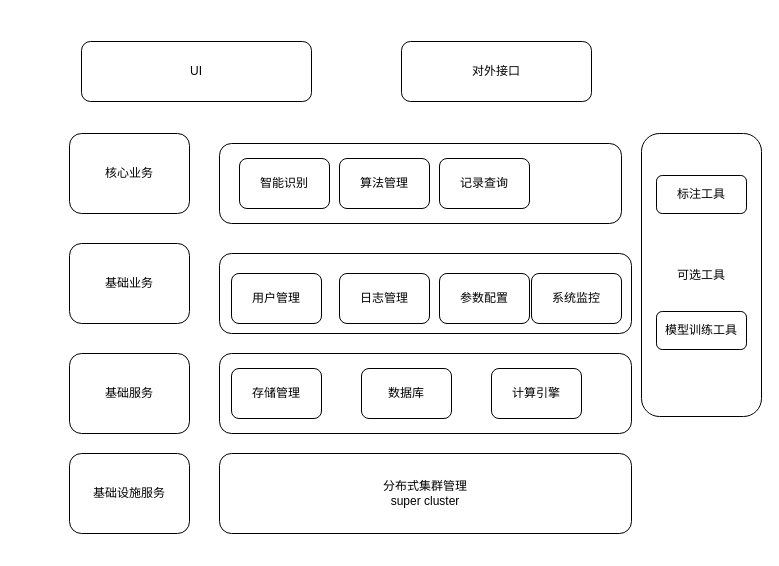
This is Untitled Diagram.drawio from luyuandeng/test, a draw.io file, before an edit. Source tidied: cells renumbered, new cells numbered last; positions are measured from the earlier drawing's top-left corner, leaving out a move shared by most shapes. Both pictures are drawn from the tidied source at 100%, with x=0, y=0 at pixel (69, 41).
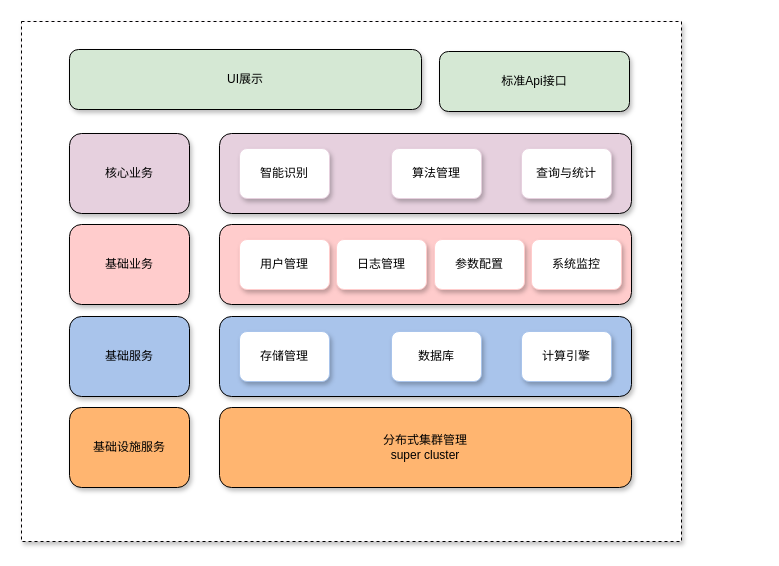
Above is the later version.

What changed in the source:
```diff
@@
+    <mxCell id="25" style="group;fillColor=#E6D0DE;" parent="1" vertex="1">
+      <mxGeometry x="-48" y="-20" width="660" height="520" as="geometry" />
+    </mxCell>
+    <mxCell id="26" style="rounded=0;whiteSpace=wrap;html=1;dashed=1;fillColor=#FFFFFF;shadow=1;" parent="25" vertex="1">
+      <mxGeometry width="660" height="520" as="geometry" />
+    </mxCell>
-    <mxCell id="2" value="UI" style="rounded=1;whiteSpace=wrap;html=1;" parent="1" vertex="1">
-      <mxGeometry x="12" width="230" height="60" as="geometry" />
+    <mxCell id="2" value="UI展示" style="rounded=1;whiteSpace=wrap;html=1;fillColor=#D5E8D4;shadow=1;" parent="25" vertex="1">
+      <mxGeometry x="48" y="28" width="352" height="60" as="geometry" />
     </mxCell>
-    <mxCell id="3" value="对外接口" style="rounded=1;whiteSpace=wrap;html=1;" parent="1" vertex="1">
-      <mxGeometry x="332" width="190" height="60" as="geometry" />
+    <mxCell id="3" value="标准Api接口" style="rounded=1;whiteSpace=wrap;html=1;fillColor=#D5E8D4;shadow=1;" parent="25" vertex="1">
+      <mxGeometry x="418" y="30" width="190" height="60" as="geometry" />
     </mxCell>
-    <mxCell id="4" value="核心业务" style="rounded=1;whiteSpace=wrap;html=1;" parent="1" vertex="1">
-      <mxGeometry y="92" width="120" height="80" as="geometry" />
+    <mxCell id="4" value="核心业务" style="rounded=1;whiteSpace=wrap;html=1;fillColor=#E6D0DE;shadow=1;" parent="25" vertex="1">
+      <mxGeometry x="48" y="112" width="120" height="80" as="geometry" />
     </mxCell>
-    <mxCell id="5" value="基础设施服务" style="rounded=1;whiteSpace=wrap;html=1;" parent="1" vertex="1">
-      <mxGeometry y="412" width="120" height="80" as="geometry" />
+    <mxCell id="5" value="基础设施服务" style="rounded=1;whiteSpace=wrap;html=1;fillColor=#FFB570;shadow=1;" parent="25" vertex="1">
+      <mxGeometry x="48" y="386" width="120" height="80" as="geometry" />
     </mxCell>
-    <mxCell id="6" value="基础服务" style="rounded=1;whiteSpace=wrap;html=1;" parent="1" vertex="1">
-      <mxGeometry y="312" width="120" height="80" as="geometry" />
+    <mxCell id="6" value="基础服务" style="rounded=1;whiteSpace=wrap;html=1;fillColor=#A9C4EB;shadow=1;" parent="25" vertex="1">
+      <mxGeometry x="48" y="295" width="120" height="80" as="geometry" />
     </mxCell>
-    <mxCell id="7" value="基础业务" style="rounded=1;whiteSpace=wrap;html=1;" parent="1" vertex="1">
-      <mxGeometry y="202" width="120" height="80" as="geometry" />
+    <mxCell id="7" value="基础业务" style="rounded=1;whiteSpace=wrap;html=1;fillColor=#FFCCCC;shadow=1;" parent="25" vertex="1">
+      <mxGeometry x="48" y="203" width="120" height="80" as="geometry" />
     </mxCell>
-    <mxCell id="8" style="rounded=1;whiteSpace=wrap;html=1;" parent="1" vertex="1">
-      <mxGeometry x="150" y="102" width="402" height="80" as="geometry" />
+    <mxCell id="8" style="rounded=1;whiteSpace=wrap;html=1;fillColor=#E6D0DE;shadow=1;" parent="25" vertex="1">
+      <mxGeometry x="198" y="112" width="412" height="80" as="geometry" />
     </mxCell>
-    <mxCell id="9" value="分布式集群管理&lt;br&gt;super cluster" style="rounded=1;whiteSpace=wrap;html=1;" parent="1" vertex="1">
-      <mxGeometry x="150" y="412" width="412" height="80" as="geometry" />
+    <mxCell id="9" value="分布式集群管理&lt;br&gt;super cluster" style="rounded=1;whiteSpace=wrap;html=1;fillColor=#FFB570;shadow=1;" parent="25" vertex="1">
+      <mxGeometry x="198" y="386" width="412" height="80" as="geometry" />
     </mxCell>
-    <mxCell id="10" style="rounded=1;whiteSpace=wrap;html=1;" parent="1" vertex="1">
-      <mxGeometry x="150" y="312" width="412" height="80" as="geometry" />
+    <mxCell id="10" style="rounded=1;whiteSpace=wrap;html=1;fillColor=#A9C4EB;shadow=1;" parent="25" vertex="1">
+      <mxGeometry x="198" y="295" width="412" height="80" as="geometry" />
     </mxCell>
-    <mxCell id="11" style="rounded=1;whiteSpace=wrap;html=1;" parent="1" vertex="1">
-      <mxGeometry x="150" y="212" width="412" height="80" as="geometry" />
+    <mxCell id="11" style="rounded=1;whiteSpace=wrap;html=1;fillColor=#FFCCCC;shadow=1;" parent="25" vertex="1">
+      <mxGeometry x="198" y="203" width="412" height="80" as="geometry" />
     </mxCell>
-    <mxCell id="12" value="智能识别" style="rounded=1;whiteSpace=wrap;html=1;" parent="1" vertex="1">
-      <mxGeometry x="170" y="117" width="90" height="50" as="geometry" />
+    <mxCell id="12" value="智能识别" style="rounded=1;whiteSpace=wrap;html=1;strokeColor=#E6D0DE;shadow=1;" parent="25" vertex="1">
+      <mxGeometry x="218" y="127" width="90" height="50" as="geometry" />
     </mxCell>
-    <mxCell id="13" value="算法管理" style="rounded=1;whiteSpace=wrap;html=1;" parent="1" vertex="1">
-      <mxGeometry x="270" y="117" width="90" height="50" as="geometry" />
+    <mxCell id="13" value="算法管理" style="rounded=1;whiteSpace=wrap;html=1;strokeColor=#E6D0DE;shadow=1;" parent="25" vertex="1">
+      <mxGeometry x="370" y="127" width="90" height="50" as="geometry" />
     </mxCell>
-    <mxCell id="14" value="记录查询" style="rounded=1;whiteSpace=wrap;html=1;" parent="1" vertex="1">
-      <mxGeometry x="370" y="117" width="90" height="50" as="geometry" />
+    <mxCell id="14" value="查询与统计" style="rounded=1;whiteSpace=wrap;html=1;strokeColor=#E6D0DE;shadow=1;" parent="25" vertex="1">
+      <mxGeometry x="500" y="127" width="90" height="50" as="geometry" />
     </mxCell>
-    <mxCell id="15" value="用户管理" style="rounded=1;whiteSpace=wrap;html=1;" parent="1" vertex="1">
-      <mxGeometry x="162" y="232" width="90" height="50" as="geometry" />
+    <mxCell id="15" value="用户管理" style="rounded=1;whiteSpace=wrap;html=1;shadow=1;strokeColor=#FFCCCC;" parent="25" vertex="1">
+      <mxGeometry x="218" y="218" width="90" height="50" as="geometry" />
     </mxCell>
-    <mxCell id="16" value="日志管理" style="rounded=1;whiteSpace=wrap;html=1;" parent="1" vertex="1">
-      <mxGeometry x="270" y="232" width="90" height="50" as="geometry" />
+    <mxCell id="16" value="日志管理" style="rounded=1;whiteSpace=wrap;html=1;shadow=1;strokeColor=#FFCCCC;" parent="25" vertex="1">
+      <mxGeometry x="315" y="218" width="90" height="50" as="geometry" />
     </mxCell>
-    <mxCell id="17" value="参数配置" style="rounded=1;whiteSpace=wrap;html=1;" parent="1" vertex="1">
-      <mxGeometry x="370" y="232" width="90" height="50" as="geometry" />
+    <mxCell id="17" value="参数配置" style="rounded=1;whiteSpace=wrap;html=1;shadow=1;strokeColor=#FFCCCC;" parent="25" vertex="1">
+      <mxGeometry x="413" y="218" width="90" height="50" as="geometry" />
     </mxCell>
-    <mxCell id="18" value="存储管理" style="rounded=1;whiteSpace=wrap;html=1;" parent="1" vertex="1">
-      <mxGeometry x="162" y="327" width="90" height="50" as="geometry" />
+    <mxCell id="18" value="存储管理" style="rounded=1;whiteSpace=wrap;html=1;strokeColor=#A9C4EB;shadow=1;" parent="25" vertex="1">
+      <mxGeometry x="218" y="310" width="90" height="50" as="geometry" />
     </mxCell>
-    <mxCell id="19" value="数据库" style="rounded=1;whiteSpace=wrap;html=1;" parent="1" vertex="1">
-      <mxGeometry x="292" y="327" width="90" height="50" as="geometry" />
+    <mxCell id="19" value="数据库" style="rounded=1;whiteSpace=wrap;html=1;strokeColor=#A9C4EB;shadow=1;" parent="25" vertex="1">
+      <mxGeometry x="370" y="310" width="90" height="50" as="geometry" />
     </mxCell>
-    <mxCell id="20" value="计算引擎" style="rounded=1;whiteSpace=wrap;html=1;" parent="1" vertex="1">
-      <mxGeometry x="422" y="327" width="90" height="50" as="geometry" />
+    <mxCell id="20" value="计算引擎" style="rounded=1;whiteSpace=wrap;html=1;strokeColor=#A9C4EB;shadow=1;" parent="25" vertex="1">
+      <mxGeometry x="500" y="310" width="90" height="50" as="geometry" />
     </mxCell>
-    <mxCell id="21" value="系统监控" style="rounded=1;whiteSpace=wrap;html=1;" parent="1" vertex="1">
-      <mxGeometry x="462" y="232" width="90" height="50" as="geometry" />
+    <mxCell id="21" value="系统监控" style="rounded=1;whiteSpace=wrap;html=1;shadow=1;strokeColor=#FFCCCC;" parent="25" vertex="1">
+      <mxGeometry x="510" y="218" width="90" height="50" as="geometry" />
     </mxCell>
-    <mxCell id="22" value="可选工具" style="rounded=1;whiteSpace=wrap;html=1;" parent="1" vertex="1">
-      <mxGeometry x="572" y="92" width="120" height="283" as="geometry" />
-    </mxCell>
-    <mxCell id="23" value="标注工具" style="rounded=1;whiteSpace=wrap;html=1;" parent="1" vertex="1">
-      <mxGeometry x="587" y="134" width="90" height="38" as="geometry" />
-    </mxCell>
-    <mxCell id="24" value="模型训练工具" style="rounded=1;whiteSpace=wrap;html=1;" parent="1" vertex="1">
-      <mxGeometry x="587" y="270" width="90" height="38" as="geometry" />
-    </mxCell>
```
